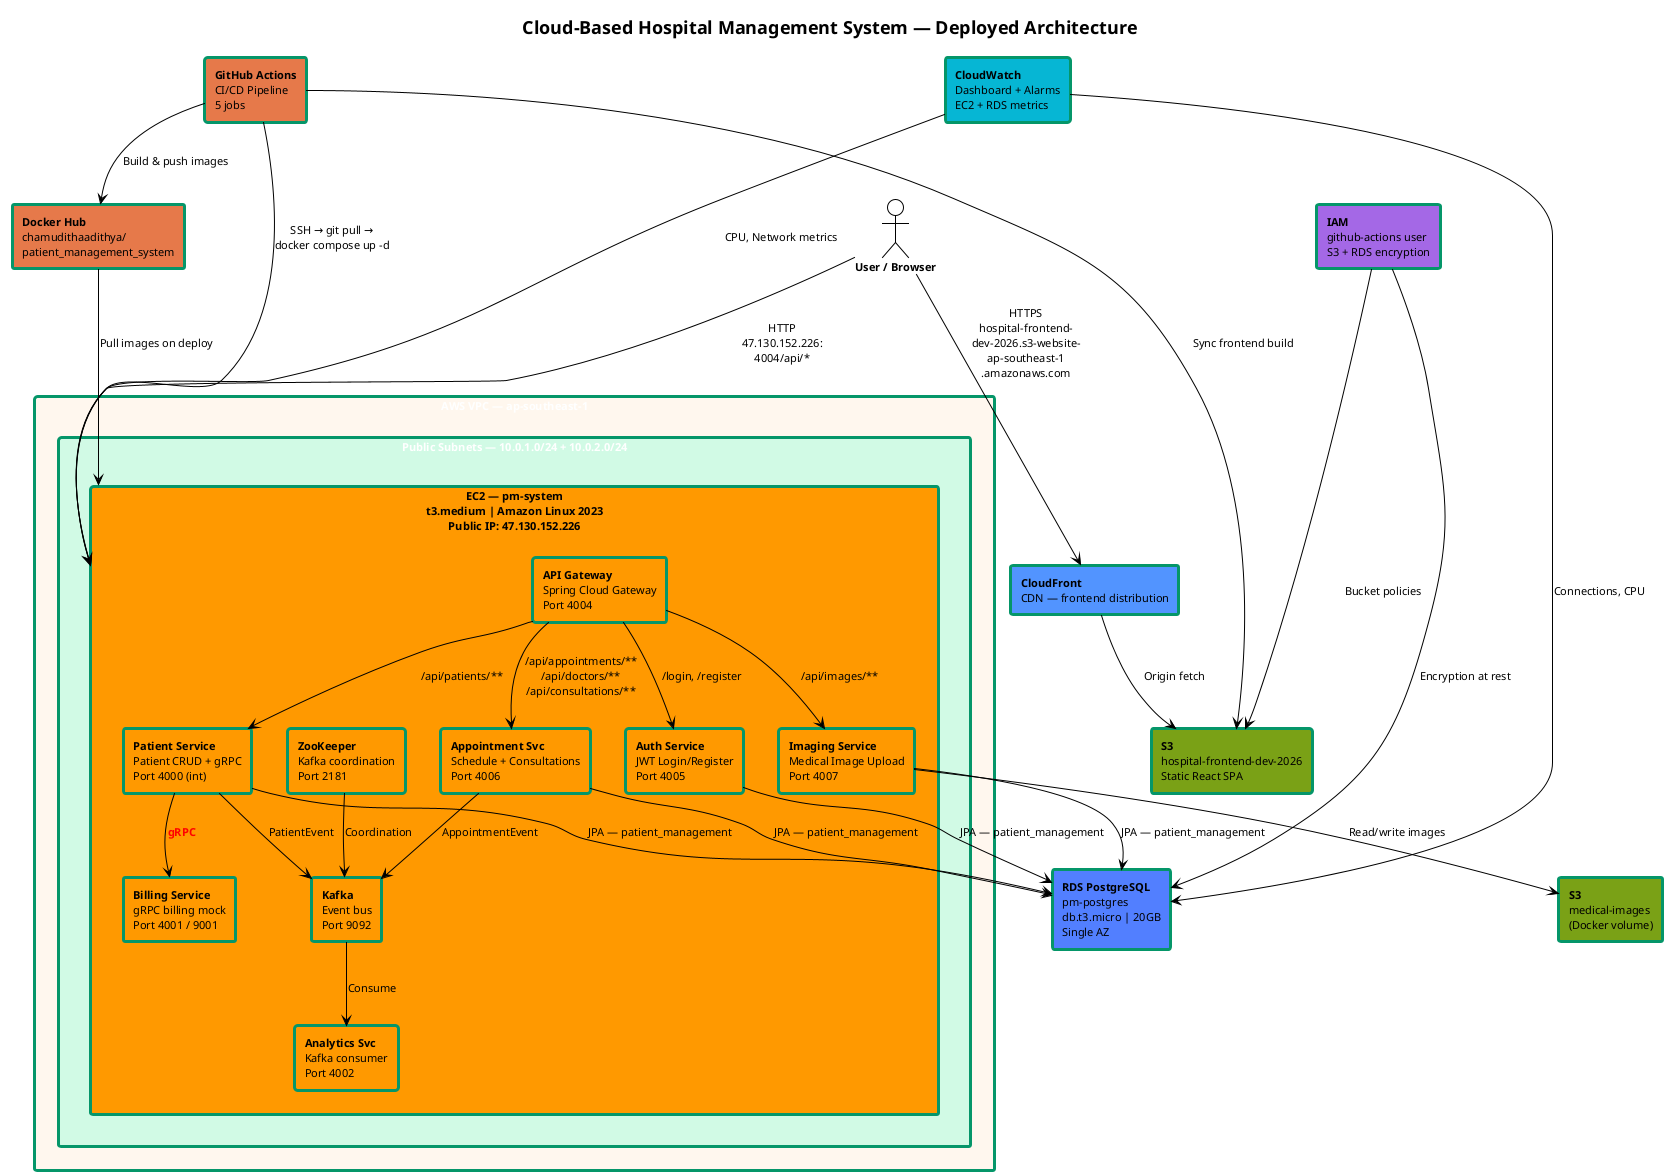
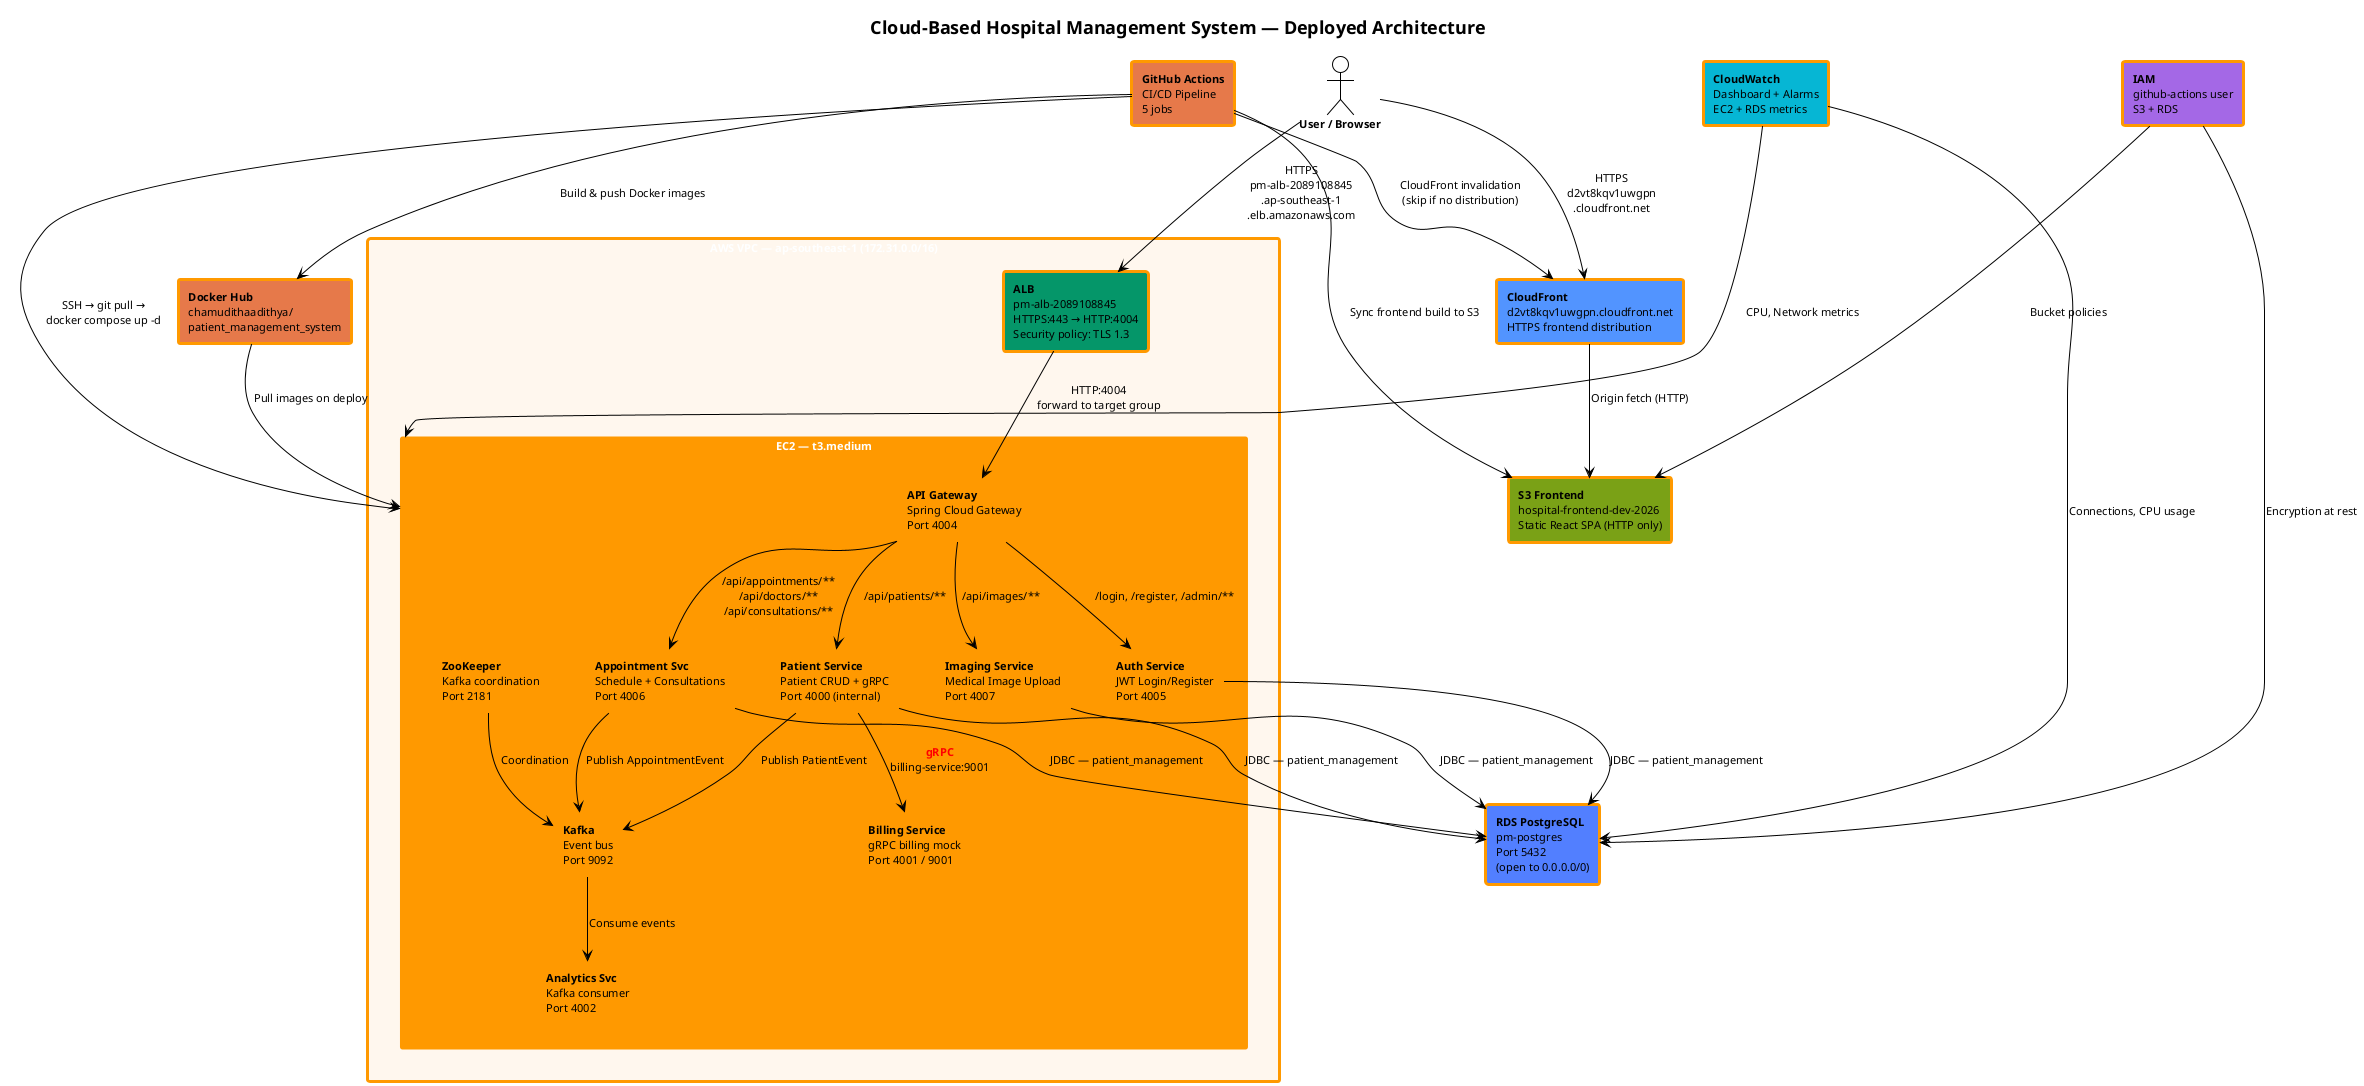
@startuml
!theme plain
skinparam monochrome false
skinparam backgroundColor #FFFFFF
skinparam defaultFontName Arial
skinparam defaultFontSize 11
skinparam packageStyle rectangle

title <size:18><b>Cloud-Based Hospital Management System — Deployed Architecture</b></size>

' ========== COLORS ==========
' Compute: #FF9900 (orange)
' Networking: #059669 (green)
' Storage: #7AA116 (olive)
' Database: #527FFF (blue)
' Security: #A468E6 (purple)
' CI/CD: #E6794A (burnt orange)
' Monitoring: #06B6D4 (cyan)

' ===== EXTERNAL =====
actor "<b>User / Browser</b>" as USER
- rectangle "<b>CloudFront</b>\nCDN — frontend distribution" as CF #5294FF
- rectangle "<b>S3</b>\nhospital-frontend-dev-2026\nStatic React SPA" as S3_FE #7AA116
+ 
+ rectangle "<b>CloudFront</b>\nd2vt8kqv1uwgpn.cloudfront.net\nHTTPS frontend distribution" as CF #5294FF
+ rectangle "<b>S3 Frontend</b>\nhospital-frontend-dev-2026\nStatic React SPA (HTTP only)" as S3_FE #7AA116

' ===== VPC =====
- rectangle "<color:#FFFFFF><b>AWS VPC — ap-southeast-1</b></color>" as VPC #FFF7EE {
+ rectangle "<color:#FFFFFF><b>AWS VPC — ap-southeast-1 (172.31.0.0/16)</b></color>" as VPC #FFF7EE {
  skinparam RectangleBackgroundColor #FFF7EE
  skinparam RectangleBorderColor #FF9900
  skinparam RectangleBorderThickness 3

-   rectangle "<color:#FFFFFF><b>Public Subnets — 10.0.1.0/24 + 10.0.2.0/24</b></color>" as SUBNET #D1FAE5 {
-     skinparam RectangleBackgroundColor #D1FAE5
-     skinparam RectangleBorderColor #059669
+   rectangle "<b>ALB</b>\npm-alb-2089108845\nHTTPS:443 → HTTP:4004\nSecurity policy: TLS 1.3" as ALB #059669

-     rectangle "<b>EC2 — pm-system</b>\nt3.medium | Amazon Linux 2023\nPublic IP: 47.130.152.226" as EC2 #FF9900 {
-       rectangle "<b>API Gateway</b>\nSpring Cloud Gateway\nPort 4004" as GW #FF9900
-       rectangle "<b>Auth Service</b>\nJWT Login/Register\nPort 4005" as AUTH #FF9900
-       rectangle "<b>Patient Service</b>\nPatient CRUD + gRPC\nPort 4000 (int)" as PATIENT #FF9900
-       rectangle "<b>Appointment Svc</b>\nSchedule + Consultations\nPort 4006" as APPT #FF9900
-       rectangle "<b>Imaging Service</b>\nMedical Image Upload\nPort 4007" as IMAGING #FF9900
-       rectangle "<b>Billing Service</b>\ngRPC billing mock\nPort 4001 / 9001" as BILLING #FF9900
-       rectangle "<b>Analytics Svc</b>\nKafka consumer\nPort 4002" as ANALYTICS #FF9900
-       rectangle "<b>Kafka</b>\nEvent bus\nPort 9092" as KAFKA #FF9900
-       rectangle "<b>ZooKeeper</b>\nKafka coordination\nPort 2181" as ZK #FF9900
-     }
+   rectangle "<color:#FFFFFF><b>EC2 — t3.medium</b></color>" as EC2 #FF9900 {
+     rectangle "<b>API Gateway</b>\nSpring Cloud Gateway\nPort 4004" as GW #FF9900
+     rectangle "<b>Auth Service</b>\nJWT Login/Register\nPort 4005" as AUTH #FF9900
+     rectangle "<b>Patient Service</b>\nPatient CRUD + gRPC\nPort 4000 (internal)" as PATIENT #FF9900
+     rectangle "<b>Appointment Svc</b>\nSchedule + Consultations\nPort 4006" as APPT #FF9900
+     rectangle "<b>Imaging Service</b>\nMedical Image Upload\nPort 4007" as IMAGING #FF9900
+     rectangle "<b>Billing Service</b>\ngRPC billing mock\nPort 4001 / 9001" as BILLING #FF9900
+     rectangle "<b>Analytics Svc</b>\nKafka consumer\nPort 4002" as ANALYTICS #FF9900
+     rectangle "<b>Kafka</b>\nEvent bus\nPort 9092" as KAFKA #FF9900
+     rectangle "<b>ZooKeeper</b>\nKafka coordination\nPort 2181" as ZK #FF9900
  }
}

' ===== OUTSIDE VPC =====
rectangle "<b>Docker Hub</b>\nchamudithaadithya/\npatient_management_system" as DH #E6794A
- rectangle "<b>RDS PostgreSQL</b>\npm-postgres\ndb.t3.micro | 20GB\nSingle AZ" as RDS #527FFF
+ rectangle "<b>RDS PostgreSQL</b>\npm-postgres\nPort 5432\n(open to 0.0.0.0/0)" as RDS #527FFF
rectangle "<b>GitHub Actions</b>\nCI/CD Pipeline\n5 jobs" as GHA #E6794A
rectangle "<b>CloudWatch</b>\nDashboard + Alarms\nEC2 + RDS metrics" as CW #06B6D4
- rectangle "<b>IAM</b>\ngithub-actions user\nS3 + RDS encryption" as IAM #A468E6
- rectangle "<b>S3</b>\nmedical-images\n(Docker volume)" as S3_IMG #7AA116
+ rectangle "<b>IAM</b>\ngithub-actions user\nS3 + RDS" as IAM #A468E6

' ===== RELATIONSHIPS =====
- ' Frontend flow
- USER --> CF : "HTTPS\nhospital-frontend-\ndev-2026.s3-website-\nap-southeast-1\n.amazonaws.com"
- CF --> S3_FE : "Origin fetch"
+ ' Frontend flow: User → CloudFront → S3
+ USER --> CF : "HTTPS\nd2vt8kqv1uwgpn\n.cloudfront.net"
+ CF --> S3_FE : "Origin fetch (HTTP)"

- ' API flow (direct to EC2)
- USER --> EC2 : "HTTP\n47.130.152.226:\n4004/api/*"
+ ' API flow: User → ALB (HTTPS) → Gateway
+ USER --> ALB : "HTTPS\npm-alb-2089108845\n.ap-southeast-1\n.elb.amazonaws.com"
+ ALB --> GW : "HTTP:4004\nforward to target group"

- ' Gateway to services
- GW --> AUTH : "/login, /register"
+ ' Gateway routes to services
+ GW --> AUTH : "/login, /register, /admin/**"
GW --> PATIENT : "/api/patients/**"
GW --> APPT : "/api/appointments/**\n/api/doctors/**\n/api/consultations/**"
GW --> IMAGING : "/api/images/**"

- ' Inter-service
- PATIENT --> BILLING : "<color:red><b>gRPC</b></color>"
- PATIENT --> KAFKA : "PatientEvent"
- APPT --> KAFKA : "AppointmentEvent"
- KAFKA --> ANALYTICS : "Consume"
+ ' Inter-service communication
+ PATIENT --> BILLING : "<color:red><b>gRPC</b></color>\nbilling-service:9001"
+ PATIENT --> KAFKA : "Publish PatientEvent"
+ APPT --> KAFKA : "Publish AppointmentEvent"
+ KAFKA --> ANALYTICS : "Consume events"
ZK --> KAFKA : "Coordination"

- ' Database
- PATIENT --> RDS : "JPA — patient_management"
- AUTH --> RDS : "JPA — patient_management"
- APPT --> RDS : "JPA — patient_management"
- IMAGING --> RDS : "JPA — patient_management"
+ ' Database connections
+ AUTH --> RDS : "JDBC — patient_management"
+ PATIENT --> RDS : "JDBC — patient_management"
+ APPT --> RDS : "JDBC — patient_management"
+ IMAGING --> RDS : "JDBC — patient_management"

- ' Storage
- IMAGING --> S3_IMG : "Read/write images"
+ ' CI/CD pipeline
+ GHA --> DH : "Build & push Docker images"
+ GHA --> EC2 : "SSH → git pull →\ndocker compose up -d"
+ GHA --> S3_FE : "Sync frontend build to S3"
+ GHA --> CF : "CloudFront invalidation\n(skip if no distribution)"

- ' CI/CD
- GHA --> DH : "Build & push images"
- GHA --> EC2 : "SSH → git pull →\ndocker compose up -d"
- GHA --> S3_FE : "Sync frontend build"
- 
- ' Security (cross-cutting)
+ ' Security
IAM ---> RDS : "Encryption at rest"
IAM ---> S3_FE : "Bucket policies"

' Monitoring
CW ---> EC2 : "CPU, Network metrics"
- CW ---> RDS : "Connections, CPU"
+ CW ---> RDS : "Connections, CPU usage"

- ' Registry
+ ' Docker registry
DH --> EC2 : "Pull images on deploy"

@enduml
